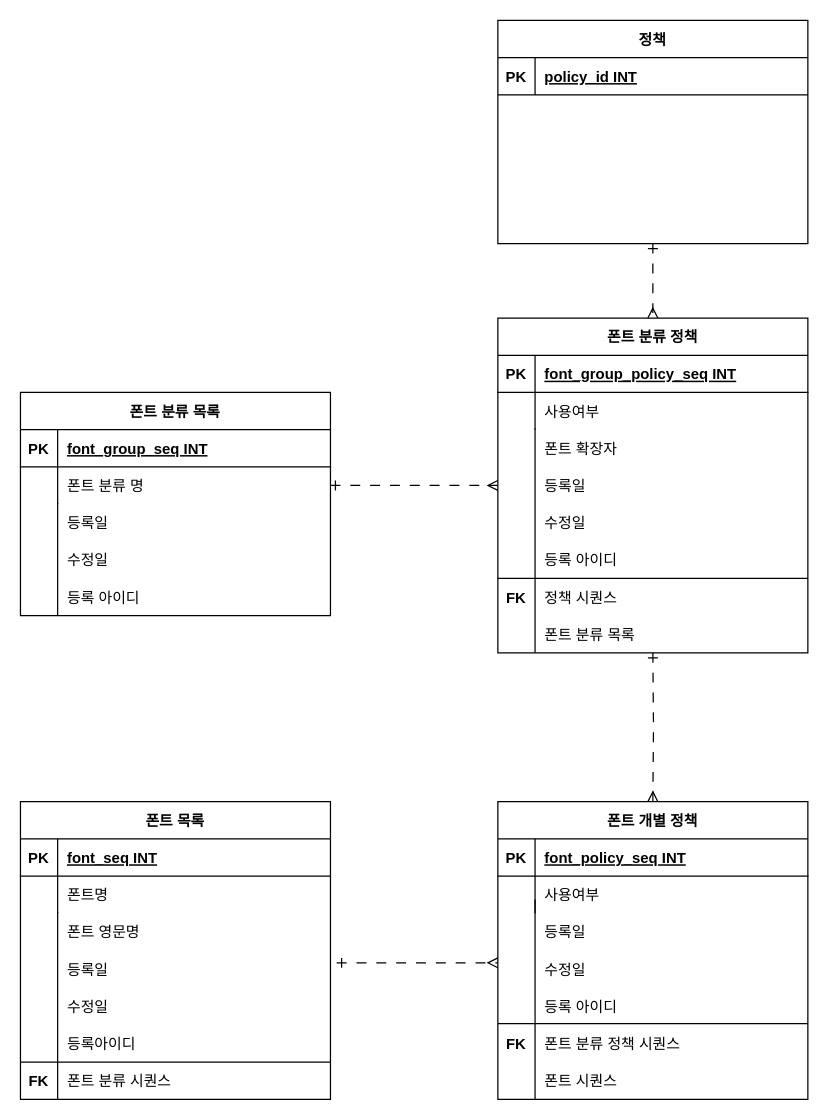
Earlier version of the draw.io diagram 제목 없는 다이어그램.drawio (lkis71/core). Source tidied: cells renumbered, new cells numbered last; positions are measured from the earlier drawing's top-left corner, leaving out a move shared by most shapes. Both pictures are drawn from the tidied source at 124%, with x=0, y=0 at pixel (20, 20).
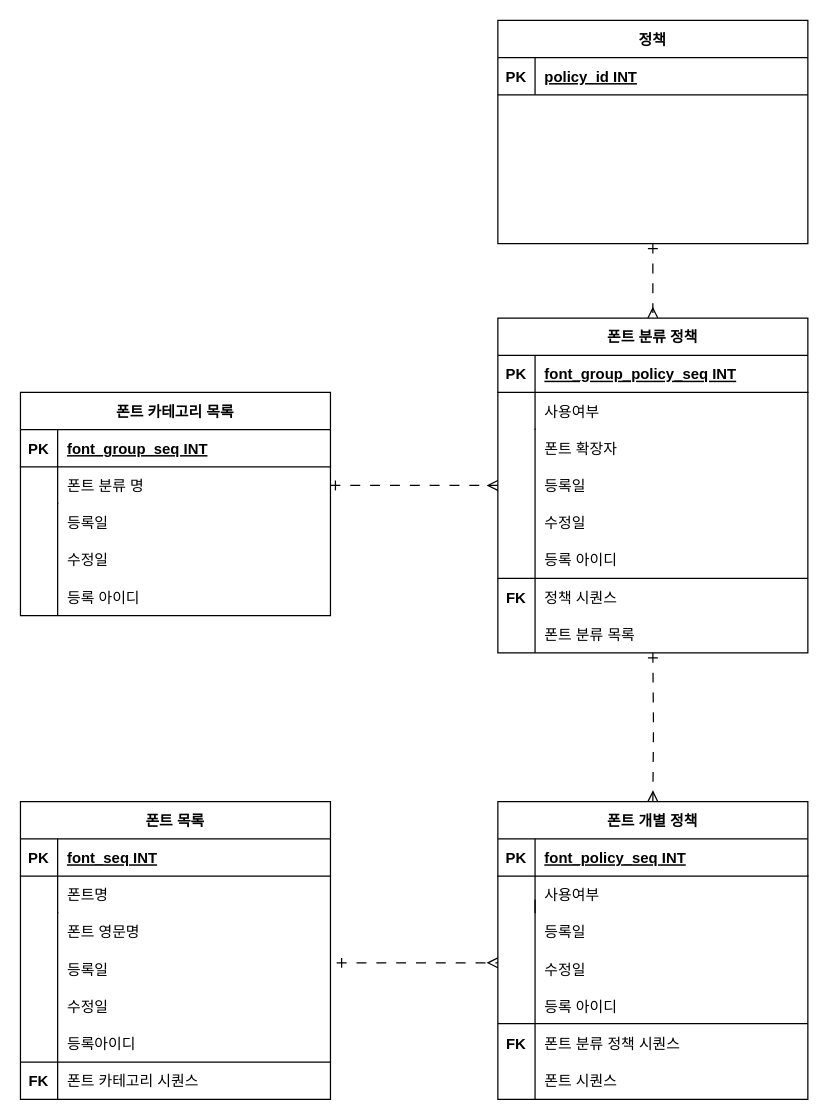
Above is the later version.

Commit message (it also covers changes not shown here):
제목 없는 다이어그램.drawio 업데이트

Change to the diagram source:
```diff
@@
-    <mxCell id="9" value="폰트 분류 시퀀스" style="shape=partialRectangle;overflow=hidden;fillColor=none;top=0;left=0;bottom=0;right=0;align=left;spacingLeft=6;" parent="1" vertex="1">
+    <mxCell id="9" value="폰트 카테고리 시퀀스" style="shape=partialRectangle;overflow=hidden;fillColor=none;top=0;left=0;bottom=0;right=0;align=left;spacingLeft=6;" parent="1" vertex="1">
       <mxGeometry x="30" y="840" width="220" height="30" as="geometry" />
     </mxCell>
@@
-    <mxCell id="46" value="폰트 분류 목록" style="shape=table;startSize=30;childLayout=tableLayout;rowLines=0;fontStyle=1;align=center;" parent="1" vertex="1">
+    <mxCell id="46" value="폰트 카테고리 목록" style="shape=table;startSize=30;childLayout=tableLayout;rowLines=0;fontStyle=1;align=center;" parent="1" vertex="1">
       <mxGeometry y="300" width="250" height="180" as="geometry" />
     </mxCell>
```
